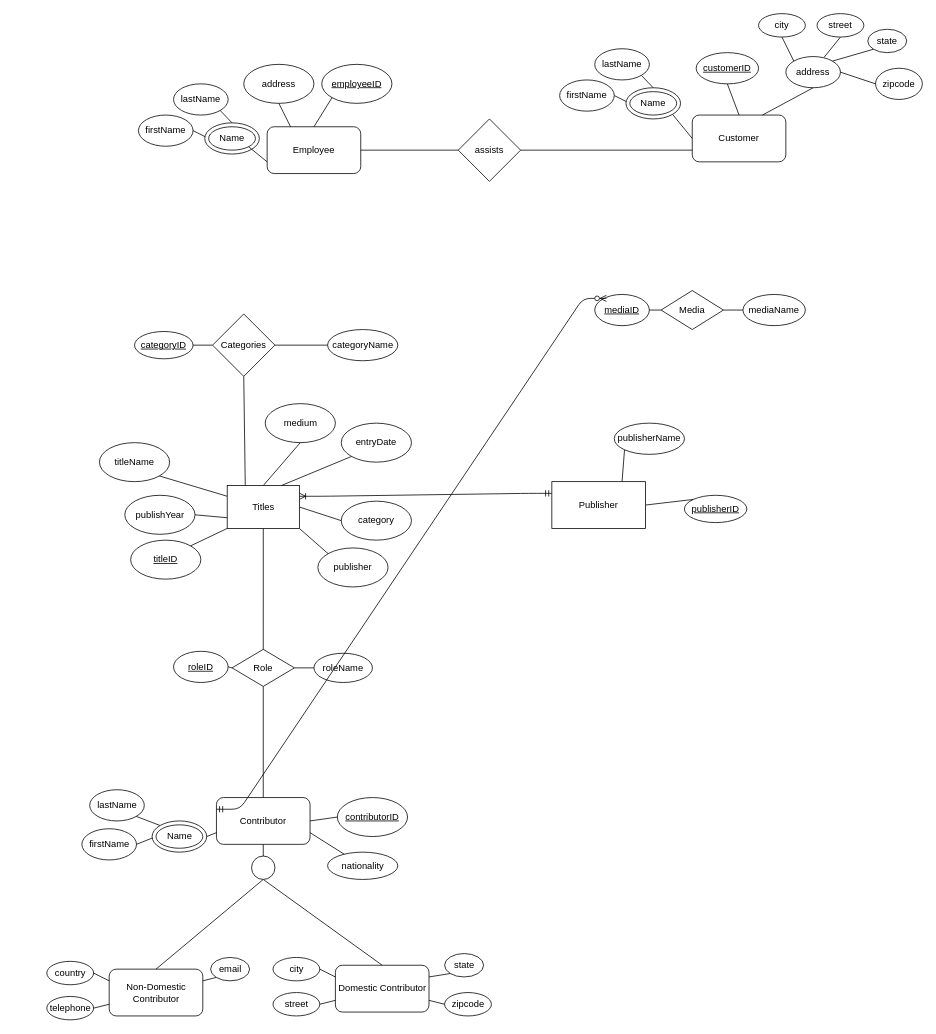
Earlier version of the draw.io diagram projecteerd.drawio (roning54/database_design). Source tidied: cells renumbered, new cells numbered last; positions are measured from the earlier drawing's top-left corner, leaving out a move shared by most shapes. Both pictures are drawn from the tidied source at 78%, with x=0, y=0 at pixel (46, 13).
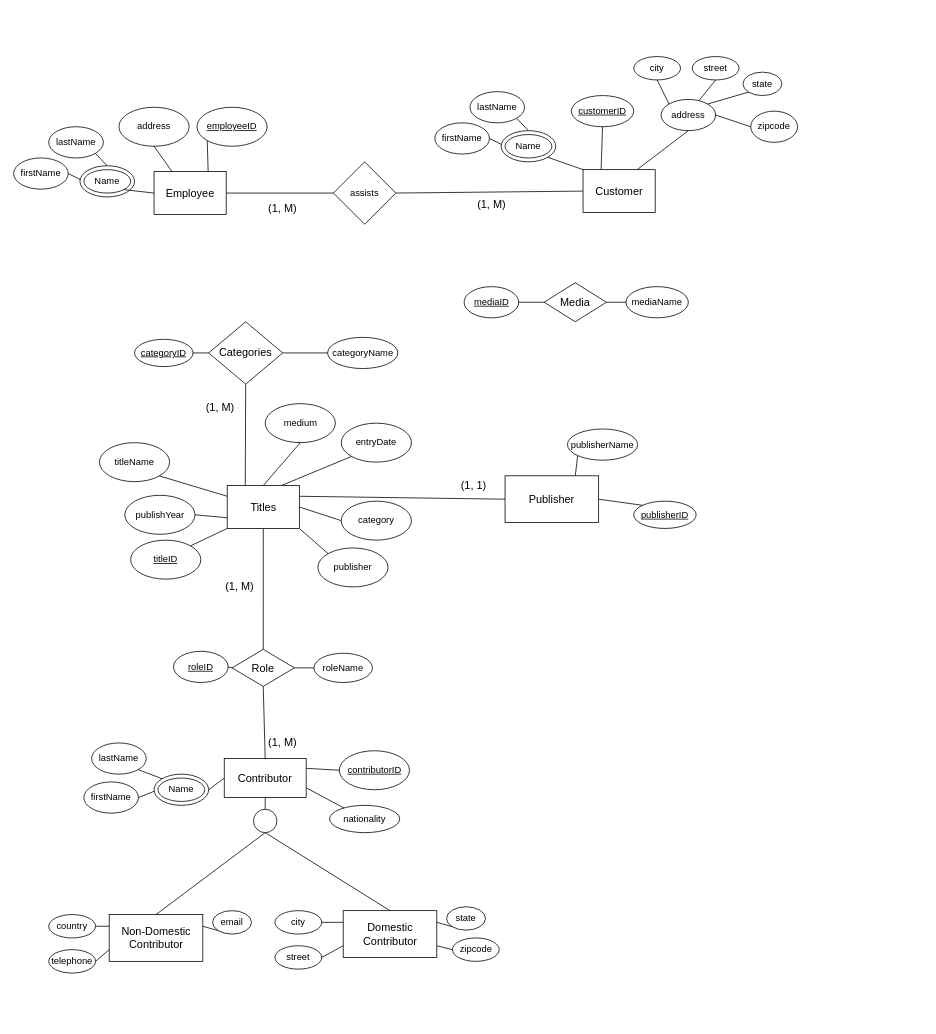
The same diagram, later.

Change to the diagram source:
```diff
@@
-    <mxCell id="2" value="Employee" style="rounded=1;whiteSpace=wrap;html=1;" parent="1" vertex="1">
-      <mxGeometry x="283" y="145" width="120" height="60" as="geometry" />
-    </mxCell>
     <mxCell id="3" value="&lt;u&gt;employeeID&lt;/u&gt;" style="ellipse;whiteSpace=wrap;html=1;" parent="1" vertex="1">
-      <mxGeometry x="353" y="65" width="90" height="50" as="geometry" />
+      <mxGeometry x="193" y="120" width="90" height="50" as="geometry" />
     </mxCell>
     <mxCell id="4" value="address" style="ellipse;whiteSpace=wrap;html=1;" parent="1" vertex="1">
-      <mxGeometry x="253" y="65" width="90" height="50" as="geometry" />
+      <mxGeometry x="93" y="120" width="90" height="50" as="geometry" />
     </mxCell>
-    <mxCell id="5" value="Customer" style="rounded=1;whiteSpace=wrap;html=1;" parent="1" vertex="1">
-      <mxGeometry x="828" y="130" width="120" height="60" as="geometry" />
-    </mxCell>
     <mxCell id="6" value="&lt;u&gt;customerID&lt;/u&gt;" style="ellipse;whiteSpace=wrap;html=1;" parent="1" vertex="1">
-      <mxGeometry x="833" y="50" width="80" height="40" as="geometry" />
+      <mxGeometry x="673" y="105" width="80" height="40" as="geometry" />
     </mxCell>
     <mxCell id="7" value="firstName" style="ellipse;whiteSpace=wrap;html=1;" parent="1" vertex="1">
-      <mxGeometry x="658" y="85" width="70" height="40" as="geometry" />
+      <mxGeometry x="498" y="140" width="70" height="40" as="geometry" />
     </mxCell>
     <mxCell id="8" value="&lt;div&gt;lastName&lt;/div&gt;" style="ellipse;whiteSpace=wrap;html=1;" parent="1" vertex="1">
-      <mxGeometry x="703" y="45" width="70" height="40" as="geometry" />
+      <mxGeometry x="543" y="100" width="70" height="40" as="geometry" />
     </mxCell>
     <mxCell id="9" value="address" style="ellipse;whiteSpace=wrap;html=1;" parent="1" vertex="1">
-      <mxGeometry x="948" y="55" width="70" height="40" as="geometry" />
+      <mxGeometry x="788" y="110" width="70" height="40" as="geometry" />
     </mxCell>
     <mxCell id="10" value="city" style="ellipse;whiteSpace=wrap;html=1;" parent="1" vertex="1">
-      <mxGeometry x="913" width="60" height="30" as="geometry" />
+      <mxGeometry x="753" y="55" width="60" height="30" as="geometry" />
     </mxCell>
     <mxCell id="11" value="&lt;div&gt;state&lt;/div&gt;" style="ellipse;whiteSpace=wrap;html=1;" parent="1" vertex="1">
-      <mxGeometry x="1053" y="20" width="50" height="30" as="geometry" />
+      <mxGeometry x="893" y="75" width="50" height="30" as="geometry" />
     </mxCell>
     <mxCell id="12" value="zipcode" style="ellipse;whiteSpace=wrap;html=1;" parent="1" vertex="1">
-      <mxGeometry x="1063" y="70" width="60" height="40" as="geometry" />
+      <mxGeometry x="903" y="125" width="60" height="40" as="geometry" />
     </mxCell>
     <mxCell id="13" value="street" style="ellipse;whiteSpace=wrap;html=1;" parent="1" vertex="1">
-      <mxGeometry x="988" width="60" height="30" as="geometry" />
+      <mxGeometry x="828" y="55" width="60" height="30" as="geometry" />
     </mxCell>
@@
-    <mxCell id="15" style="endArrow=none;html=1;entryX=0;entryY=1;entryDx=0;entryDy=0;exitX=0.5;exitY=0;exitDx=0;exitDy=0;" parent="1" edge="1" source="2" target="3">
+    <mxCell id="15" style="endArrow=none;html=1;entryX=0;entryY=1;entryDx=0;entryDy=0;exitX=0.75;exitY=0;exitDx=0;exitDy=0;" parent="1" edge="1" source="2" target="3">
       <mxGeometry relative="1" as="geometry" />
     </mxCell>
@@
-    <mxCell id="20" style="endArrow=none;html=1;entryX=0.5;entryY=0;entryDx=0;entryDy=0;exitX=0.5;exitY=1;exitDx=0;exitDy=0;" parent="1" edge="1" source="6" target="5">
+    <mxCell id="20" style="endArrow=none;html=1;entryX=0.25;entryY=0;entryDx=0;entryDy=0;exitX=0.5;exitY=1;exitDx=0;exitDy=0;" parent="1" edge="1" source="6" target="5">
       <mxGeometry relative="1" as="geometry" />
     </mxCell>
@@
     <mxCell id="24" value="&lt;u&gt;mediaID&lt;/u&gt;" style="ellipse;whiteSpace=wrap;html=1;" parent="1" vertex="1">
-      <mxGeometry x="703" y="360" width="70" height="40" as="geometry" />
+      <mxGeometry x="535.5" y="350" width="70" height="40" as="geometry" />
     </mxCell>
     <mxCell id="25" value="mediaName" style="ellipse;whiteSpace=wrap;html=1;" parent="1" vertex="1">
-      <mxGeometry x="893" y="360" width="80" height="40" as="geometry" />
+      <mxGeometry x="743" y="350" width="80" height="40" as="geometry" />
     </mxCell>
@@
-    <mxCell id="40" value="Contributor" style="rounded=1;whiteSpace=wrap;html=1;" parent="1" vertex="1">
-      <mxGeometry x="218" y="1005" width="120" height="60" as="geometry" />
-    </mxCell>
     <mxCell id="41" value="&lt;u&gt;contributorID&lt;/u&gt;" style="ellipse;whiteSpace=wrap;html=1;" parent="1" vertex="1">
-      <mxGeometry x="373" y="1005" width="90" height="50" as="geometry" />
+      <mxGeometry x="375.5" y="945" width="90" height="50" as="geometry" />
     </mxCell>
     <mxCell id="42" value="nationality" style="ellipse;whiteSpace=wrap;html=1;" parent="1" vertex="1">
-      <mxGeometry x="360.5" y="1075" width="90" height="35" as="geometry" />
+      <mxGeometry x="363" y="1015" width="90" height="35" as="geometry" />
     </mxCell>
@@
-    <mxCell id="44" style="endArrow=none;html=1;entryX=0;entryY=0.5;entryDx=0;entryDy=0;exitX=1;exitY=0.5;exitDx=0;exitDy=0;" parent="1" edge="1" source="40" target="41">
+    <mxCell id="44" style="endArrow=none;html=1;entryX=0;entryY=0.5;entryDx=0;entryDy=0;exitX=1;exitY=0.25;exitDx=0;exitDy=0;" parent="1" edge="1" source="40" target="41">
       <mxGeometry relative="1" as="geometry" />
     </mxCell>
@@
-    <mxCell id="49" value="Domestic Contributor" style="rounded=1;whiteSpace=wrap;html=1;" parent="1" vertex="1">
-      <mxGeometry x="370.5" y="1220" width="120" height="60" as="geometry" />
-    </mxCell>
     <mxCell id="50" value="street" style="ellipse;whiteSpace=wrap;html=1;" parent="1" vertex="1">
-      <mxGeometry x="290.5" y="1255" width="60" height="30" as="geometry" />
+      <mxGeometry x="293" y="1195" width="60" height="30" as="geometry" />
     </mxCell>
     <mxCell id="51" value="city" style="ellipse;whiteSpace=wrap;html=1;" parent="1" vertex="1">
-      <mxGeometry x="290.5" y="1210" width="60" height="30" as="geometry" />
+      <mxGeometry x="293" y="1150" width="60" height="30" as="geometry" />
     </mxCell>
     <mxCell id="52" value="&lt;div&gt;state&lt;/div&gt;" style="ellipse;whiteSpace=wrap;html=1;" parent="1" vertex="1">
-      <mxGeometry x="510.5" y="1205" width="50" height="30" as="geometry" />
+      <mxGeometry x="513" y="1145" width="50" height="30" as="geometry" />
     </mxCell>
     <mxCell id="53" value="zipcode" style="ellipse;whiteSpace=wrap;html=1;" parent="1" vertex="1">
-      <mxGeometry x="510.5" y="1255" width="60" height="30" as="geometry" />
+      <mxGeometry x="520.5" y="1185" width="60" height="30" as="geometry" />
     </mxCell>
@@
     <mxCell id="58" value="publisherName" style="ellipse;whiteSpace=wrap;html=1;" parent="1" vertex="1">
-      <mxGeometry x="728" y="525" width="90" height="40" as="geometry" />
+      <mxGeometry x="668" y="532.5" width="90" height="40" as="geometry" />
     </mxCell>
     <mxCell id="59" value="&lt;u&gt;publisherID&lt;/u&gt;" style="ellipse;whiteSpace=wrap;html=1;" parent="1" vertex="1">
-      <mxGeometry x="818" y="617.5" width="80" height="35" as="geometry" />
+      <mxGeometry x="753" y="625" width="80" height="35" as="geometry" />
     </mxCell>
@@
     <mxCell id="62" value="&lt;u&gt;categoryID&lt;/u&gt;" style="ellipse;whiteSpace=wrap;html=1;" parent="1" vertex="1">
-      <mxGeometry x="113" y="407.5" width="75" height="35" as="geometry" />
+      <mxGeometry x="113" y="417.5" width="75" height="35" as="geometry" />
     </mxCell>
     <mxCell id="63" value="categoryName" style="ellipse;whiteSpace=wrap;html=1;" parent="1" vertex="1">
-      <mxGeometry x="360.5" y="405" width="90" height="40" as="geometry" />
+      <mxGeometry x="360.5" y="415" width="90" height="40" as="geometry" />
     </mxCell>
@@
-    <mxCell id="66" value="Role" style="rhombus;whiteSpace=wrap;html=1;" parent="1" vertex="1">
+    <mxCell id="66" value="&lt;font style=&quot;font-size: 14px&quot;&gt;Role&lt;/font&gt;" style="rhombus;whiteSpace=wrap;html=1;" parent="1" vertex="1">
       <mxGeometry x="238" y="815" width="80" height="47.5" as="geometry" />
     </mxCell>
-    <mxCell id="67" style="edgeStyle=entityRelationEdgeStyle;fontSize=12;html=1;endArrow=ERoneToMany;startArrow=ERmandOne;entryX=1;entryY=0.25;entryDx=0;entryDy=0;exitX=0;exitY=0.25;exitDx=0;exitDy=0;" parent="1" edge="1" source="104" target="105">
-      <mxGeometry relative="1" as="geometry" />
-    </mxCell>
     <mxCell id="68" style="ellipse;whiteSpace=wrap;html=1;" parent="1" vertex="1">
-      <mxGeometry x="743" y="95" width="70" height="40" as="geometry" />
+      <mxGeometry x="583" y="150" width="70" height="40" as="geometry" />
     </mxCell>
-    <mxCell id="69" style="edgeStyle=entityRelationEdgeStyle;fontSize=12;html=1;endArrow=ERzeroToMany;startArrow=ERmandOne;entryX=1;entryY=0.75;entryDx=0;entryDy=0;exitX=0;exitY=0.25;exitDx=0;exitDy=0;" parent="1" edge="1" source="40">
-      <mxGeometry relative="1" as="geometry">
-        <mxPoint x="718" y="365" as="targetPoint" />
-      </mxGeometry>
-    </mxCell>
     <mxCell id="70" value="Name" style="ellipse;whiteSpace=wrap;html=1;" parent="1" vertex="1">
-      <mxGeometry x="748" y="100" width="60" height="30" as="geometry" />
+      <mxGeometry x="588" y="155" width="60" height="30" as="geometry" />
     </mxCell>
     <mxCell id="71" value="assists" style="rhombus;whiteSpace=wrap;html=1;" parent="1" vertex="1">
-      <mxGeometry x="528" y="135" width="80" height="80" as="geometry" />
+      <mxGeometry x="368" y="190" width="80" height="80" as="geometry" />
     </mxCell>
     <mxCell id="72" value="firstName" style="ellipse;whiteSpace=wrap;html=1;" parent="1" vertex="1">
-      <mxGeometry x="118" y="130" width="70" height="40" as="geometry" />
+      <mxGeometry x="-42" y="185" width="70" height="40" as="geometry" />
     </mxCell>
-    <mxCell id="73" style="endArrow=none;html=1;exitX=1;exitY=0.5;exitDx=0;exitDy=0;entryX=0;entryY=0.75;entryDx=0;entryDy=0;" parent="1" edge="1" source="71" target="5">
+    <mxCell id="73" style="endArrow=none;html=1;exitX=1;exitY=0.5;exitDx=0;exitDy=0;entryX=0;entryY=0.5;entryDx=0;entryDy=0;" parent="1" edge="1" source="71" target="5">
       <mxGeometry relative="1" as="geometry" />
     </mxCell>
     <mxCell id="74" value="&lt;div&gt;lastName&lt;/div&gt;" style="ellipse;whiteSpace=wrap;html=1;" parent="1" vertex="1">
-      <mxGeometry x="163" y="90" width="70" height="40" as="geometry" />
+      <mxGeometry x="3" y="145" width="70" height="40" as="geometry" />
     </mxCell>
@@
     <mxCell id="78" style="ellipse;whiteSpace=wrap;html=1;" parent="1" vertex="1">
-      <mxGeometry x="203" y="140" width="70" height="40" as="geometry" />
+      <mxGeometry x="43" y="195" width="70" height="40" as="geometry" />
     </mxCell>
     <mxCell id="79" value="Name" style="ellipse;whiteSpace=wrap;html=1;" parent="1" vertex="1">
-      <mxGeometry x="208" y="145" width="60" height="30" as="geometry" />
+      <mxGeometry x="48" y="200" width="60" height="30" as="geometry" />
     </mxCell>
-    <mxCell id="80" style="endArrow=none;html=1;entryX=0;entryY=0.5;entryDx=0;entryDy=0;exitX=1;exitY=1;exitDx=0;exitDy=0;" parent="1" edge="1" source="68" target="5">
+    <mxCell id="80" style="endArrow=none;html=1;entryX=0;entryY=0;entryDx=0;entryDy=0;exitX=1;exitY=1;exitDx=0;exitDy=0;" parent="1" edge="1" source="68" target="5">
       <mxGeometry relative="1" as="geometry" />
     </mxCell>
-    <mxCell id="81" style="endArrow=none;html=1;entryX=0;entryY=0.75;entryDx=0;entryDy=0;exitX=1;exitY=1;exitDx=0;exitDy=0;" parent="1" edge="1" source="79" target="2">
+    <mxCell id="81" style="endArrow=none;html=1;entryX=0;entryY=0.5;entryDx=0;entryDy=0;exitX=1;exitY=1;exitDx=0;exitDy=0;" parent="1" edge="1" source="79" target="2">
       <mxGeometry relative="1" as="geometry" />
     </mxCell>
     <mxCell id="82" value="firstName" style="ellipse;whiteSpace=wrap;html=1;" parent="1" vertex="1">
-      <mxGeometry x="45.5" y="1045" width="70" height="40" as="geometry" />
+      <mxGeometry x="48" y="985" width="70" height="40" as="geometry" />
     </mxCell>
     <mxCell id="83" value="&lt;div&gt;lastName&lt;/div&gt;" style="ellipse;whiteSpace=wrap;html=1;" parent="1" vertex="1">
-      <mxGeometry x="55.5" y="995" width="70" height="40" as="geometry" />
+      <mxGeometry x="58" y="935" width="70" height="40" as="geometry" />
     </mxCell>
@@
     <mxCell id="86" style="ellipse;whiteSpace=wrap;html=1;" parent="1" vertex="1">
-      <mxGeometry x="135.5" y="1035" width="70" height="40" as="geometry" />
+      <mxGeometry x="138" y="975" width="70" height="40" as="geometry" />
     </mxCell>
     <mxCell id="87" value="Name" style="ellipse;whiteSpace=wrap;html=1;" parent="1" vertex="1">
-      <mxGeometry x="140.5" y="1040" width="60" height="30" as="geometry" />
+      <mxGeometry x="143" y="980" width="60" height="30" as="geometry" />
     </mxCell>
-    <mxCell id="88" style="endArrow=none;html=1;exitX=1;exitY=0.5;exitDx=0;exitDy=0;entryX=0;entryY=0.75;entryDx=0;entryDy=0;" parent="1" edge="1" source="86" target="40">
+    <mxCell id="88" style="endArrow=none;html=1;exitX=1;exitY=0.5;exitDx=0;exitDy=0;entryX=0;entryY=0.5;entryDx=0;entryDy=0;" parent="1" edge="1" source="86" target="40">
       <mxGeometry relative="1" as="geometry" />
     </mxCell>
-    <mxCell id="89" value="Media" style="rhombus;whiteSpace=wrap;html=1;" parent="1" vertex="1">
-      <mxGeometry x="788" y="355" width="80" height="50" as="geometry" />
+    <mxCell id="89" value="&lt;font style=&quot;font-size: 14px&quot;&gt;Media&lt;/font&gt;" style="rhombus;whiteSpace=wrap;html=1;" parent="1" vertex="1">
+      <mxGeometry x="638" y="345" width="80" height="50" as="geometry" />
     </mxCell>
-    <mxCell id="90" value="Non-Domestic Contributor" style="rounded=1;whiteSpace=wrap;html=1;" parent="1" vertex="1">
-      <mxGeometry x="80.5" y="1225" width="120" height="60" as="geometry" />
-    </mxCell>
     <mxCell id="91" value="telephone" style="ellipse;whiteSpace=wrap;html=1;" parent="1" vertex="1">
-      <mxGeometry x="0.5" y="1260" width="60" height="30" as="geometry" />
+      <mxGeometry x="3" y="1200" width="60" height="30" as="geometry" />
     </mxCell>
     <mxCell id="92" value="country" style="ellipse;whiteSpace=wrap;html=1;" parent="1" vertex="1">
-      <mxGeometry x="0.5" y="1215" width="60" height="30" as="geometry" />
+      <mxGeometry x="3" y="1155" width="60" height="30" as="geometry" />
     </mxCell>
     <mxCell id="93" value="email" style="ellipse;whiteSpace=wrap;html=1;" parent="1" vertex="1">
-      <mxGeometry x="210.5" y="1210" width="50" height="30" as="geometry" />
+      <mxGeometry x="213" y="1150" width="50" height="30" as="geometry" />
     </mxCell>
@@
-    <mxCell id="104" value="Publisher" style="rounded=0;whiteSpace=wrap;html=1;" parent="1" vertex="1">
-      <mxGeometry x="648" y="600" width="120" height="60" as="geometry" />
+    <mxCell id="104" value="&lt;font style=&quot;font-size: 14px&quot;&gt;Publisher&lt;/font&gt;" style="rounded=0;whiteSpace=wrap;html=1;" parent="1" vertex="1">
+      <mxGeometry x="588" y="592.5" width="120" height="60" as="geometry" />
     </mxCell>
-    <mxCell id="105" value="Titles" style="rounded=0;whiteSpace=wrap;html=1;" parent="1" vertex="1">
+    <mxCell id="105" value="&lt;font style=&quot;font-size: 14px&quot;&gt;Titles&lt;/font&gt;" style="rounded=0;whiteSpace=wrap;html=1;" parent="1" vertex="1">
       <mxGeometry x="231.8" y="605" width="92.5" height="55" as="geometry" />
     </mxCell>
-    <mxCell id="106" value="Categories" style="rhombus;whiteSpace=wrap;html=1;" parent="1" vertex="1">
-      <mxGeometry x="213" y="385" width="80" height="80" as="geometry" />
+    <mxCell id="106" value="&lt;font style=&quot;font-size: 14px&quot;&gt;Categories&lt;/font&gt;" style="rhombus;whiteSpace=wrap;html=1;" parent="1" vertex="1">
+      <mxGeometry x="208" y="395" width="95" height="80" as="geometry" />
     </mxCell>
     <mxCell id="107" style="ellipse;whiteSpace=wrap;html=1;" parent="1" vertex="1">
-      <mxGeometry x="263" y="1080" width="30" height="30" as="geometry" />
+      <mxGeometry x="265.5" y="1020" width="30" height="30" as="geometry" />
     </mxCell>
@@
+    <mxCell id="109" value="&lt;font style=&quot;font-size: 14px&quot;&gt;(1, M)&lt;/font&gt;" style="text;html=1;strokeColor=none;fillColor=none;align=center;verticalAlign=middle;whiteSpace=wrap;rounded=0;" parent="1" vertex="1">
+      <mxGeometry x="253" y="915" width="100" height="40" as="geometry" />
+    </mxCell>
+    <mxCell id="110" value="&lt;font style=&quot;font-size: 14px&quot;&gt;(1, M)&lt;/font&gt;" style="text;html=1;strokeColor=none;fillColor=none;align=center;verticalAlign=middle;whiteSpace=wrap;rounded=0;" parent="1" vertex="1">
+      <mxGeometry x="198" y="715" width="100" height="40" as="geometry" />
+    </mxCell>
+    <mxCell id="111" value="&lt;font style=&quot;font-size: 14px&quot;&gt;(1, M)&lt;/font&gt;" style="text;html=1;strokeColor=none;fillColor=none;align=center;verticalAlign=middle;whiteSpace=wrap;rounded=0;" parent="1" vertex="1">
+      <mxGeometry x="173" y="485" width="100" height="40" as="geometry" />
+    </mxCell>
+    <mxCell id="112" style="endArrow=none;html=1;entryX=0;entryY=0.5;entryDx=0;entryDy=0;exitX=1;exitY=0.25;exitDx=0;exitDy=0;" parent="1" edge="1" source="105" target="104">
+      <mxGeometry relative="1" as="geometry" />
+    </mxCell>
+    <mxCell id="113" value="&lt;font style=&quot;font-size: 14px&quot;&gt;(1, 1)&lt;/font&gt;" style="text;html=1;strokeColor=none;fillColor=none;align=center;verticalAlign=middle;whiteSpace=wrap;rounded=0;" parent="1" vertex="1">
+      <mxGeometry x="498" y="585" width="100" height="40" as="geometry" />
+    </mxCell>
+    <mxCell id="90" value="&lt;font style=&quot;font-size: 14px&quot;&gt;Non-Domestic Contributor&lt;/font&gt;" style="rounded=0;whiteSpace=wrap;html=1;" parent="1" vertex="1">
+      <mxGeometry x="80.5" y="1155" width="120" height="60" as="geometry" />
+    </mxCell>
+    <mxCell id="49" value="&lt;font style=&quot;font-size: 14px&quot;&gt;Domestic Contributor&lt;/font&gt;" style="rounded=0;whiteSpace=wrap;html=1;" parent="1" vertex="1">
+      <mxGeometry x="380.5" y="1150" width="120" height="60" as="geometry" />
+    </mxCell>
+    <mxCell id="40" value="&lt;font style=&quot;font-size: 14px&quot;&gt;Contributor&lt;/font&gt;" style="rounded=0;whiteSpace=wrap;html=1;" parent="1" vertex="1">
+      <mxGeometry x="228" y="955" width="105" height="50" as="geometry" />
+    </mxCell>
+    <mxCell id="2" value="&lt;font style=&quot;font-size: 14px&quot;&gt;Employee&lt;/font&gt;" style="rounded=0;whiteSpace=wrap;html=1;" parent="1" vertex="1">
+      <mxGeometry x="138" y="202.5" width="92.5" height="55" as="geometry" />
+    </mxCell>
+    <mxCell id="5" value="&lt;font style=&quot;font-size: 14px&quot;&gt;Customer&lt;/font&gt;" style="rounded=0;whiteSpace=wrap;html=1;" parent="1" vertex="1">
+      <mxGeometry x="688" y="200" width="92.5" height="55" as="geometry" />
+    </mxCell>
+    <mxCell id="114" value="&lt;font style=&quot;font-size: 14px&quot;&gt;(1, M)&lt;/font&gt;" style="text;html=1;strokeColor=none;fillColor=none;align=center;verticalAlign=middle;whiteSpace=wrap;rounded=0;" parent="1" vertex="1">
+      <mxGeometry x="253" y="235" width="100" height="30" as="geometry" />
+    </mxCell>
+    <mxCell id="115" value="&lt;font style=&quot;font-size: 14px&quot;&gt;(1, M)&lt;/font&gt;" style="text;html=1;strokeColor=none;fillColor=none;align=center;verticalAlign=middle;whiteSpace=wrap;rounded=0;" parent="1" vertex="1">
+      <mxGeometry x="520.5" y="225" width="100" height="40" as="geometry" />
+    </mxCell>
```
